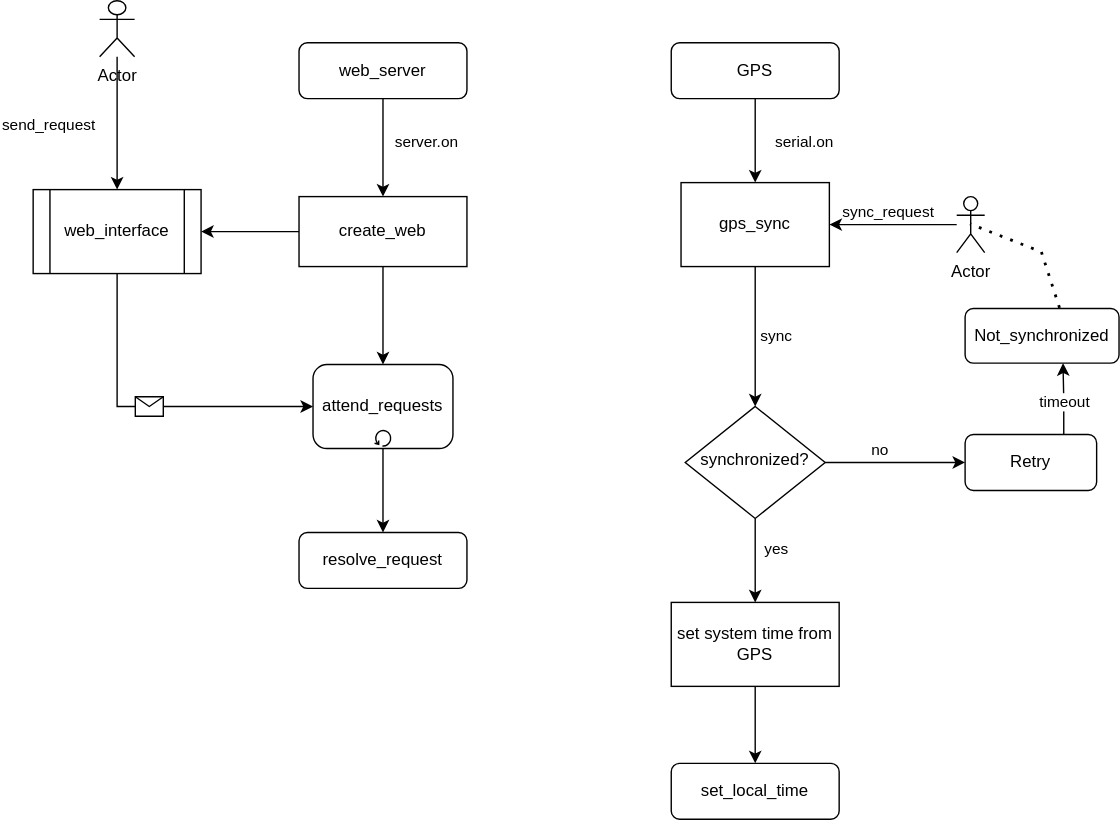
Before: documentation/DFD_FSM/we_gps_DOF.svg, a diagram exported from draw.io (isi-ies-group/Window_Control). Source tidied: cells renumbered, new cells last; positions are measured from the earlier drawing's top-left corner, leaving out a move shared by most shapes. Its diagram source:
```xml
<mxGraphModel>
  <root>
    <mxCell id="0" />
    <mxCell id="1" parent="0" />
    <mxCell id="2" style="edgeStyle=orthogonalEdgeStyle;rounded=0;jettySize=auto;html=1;exitX=0.5;exitY=1;exitDx=0;exitDy=0;entryX=0.5;entryY=0;entryDx=0;entryDy=0;" parent="1" edge="1" source="4" target="29">
      <mxGeometry relative="1" as="geometry" />
    </mxCell>
    <mxCell id="3" value="server.on" style="edgeLabel;html=1;align=center;verticalAlign=middle;" parent="2" vertex="1">
      <mxGeometry x="-0.4" y="3" relative="1" as="geometry">
        <mxPoint x="27" y="9" as="offset" />
      </mxGeometry>
    </mxCell>
    <mxCell id="4" value="web_server" style="rounded=1;whiteSpace=wrap;html=1;fontSize=12;glass=0;strokeWidth=1;shadow=0;" parent="1" vertex="1">
      <mxGeometry x="190" y="30" width="120" height="40" as="geometry" />
    </mxCell>
    <mxCell id="5" style="edgeStyle=orthogonalEdgeStyle;rounded=0;jettySize=auto;html=1;exitX=0.5;exitY=1;exitDx=0;exitDy=0;exitPerimeter=0;" parent="1" edge="1" source="36" target="6">
      <mxGeometry relative="1" as="geometry" />
    </mxCell>
    <mxCell id="6" value="resolve_request" style="rounded=1;whiteSpace=wrap;html=1;fontSize=12;glass=0;strokeWidth=1;shadow=0;" parent="1" vertex="1">
      <mxGeometry x="190" y="380" width="120" height="40" as="geometry" />
    </mxCell>
    <mxCell id="7" style="edgeStyle=orthogonalEdgeStyle;rounded=0;jettySize=auto;html=1;entryX=0.5;entryY=0;entryDx=0;entryDy=0;" parent="1" edge="1" source="9" target="37">
      <mxGeometry relative="1" as="geometry" />
    </mxCell>
    <mxCell id="8" value="serial.on" style="edgeLabel;html=1;align=center;verticalAlign=middle;" parent="7" vertex="1">
      <mxGeometry x="-0.4" y="-3" relative="1" as="geometry">
        <mxPoint x="37" y="12" as="offset" />
      </mxGeometry>
    </mxCell>
    <mxCell id="9" value="GPS" style="rounded=1;whiteSpace=wrap;html=1;fontSize=12;glass=0;strokeWidth=1;shadow=0;" parent="1" vertex="1">
      <mxGeometry x="456" y="30" width="120" height="40" as="geometry" />
    </mxCell>
    <mxCell id="10" style="edgeStyle=orthogonalEdgeStyle;rounded=0;jettySize=auto;html=1;exitX=1;exitY=0.5;exitDx=0;exitDy=0;entryX=0;entryY=0.5;entryDx=0;entryDy=0;" parent="1" edge="1" source="14" target="17">
      <mxGeometry relative="1" as="geometry" />
    </mxCell>
    <mxCell id="11" value="no" style="edgeLabel;html=1;align=center;verticalAlign=middle;" parent="10" vertex="1">
      <mxGeometry x="-0.24" y="2" relative="1" as="geometry">
        <mxPoint y="-8" as="offset" />
      </mxGeometry>
    </mxCell>
    <mxCell id="12" style="edgeStyle=orthogonalEdgeStyle;rounded=0;jettySize=auto;html=1;" parent="1" edge="1" source="14">
      <mxGeometry relative="1" as="geometry">
        <mxPoint x="516" y="430" as="targetPoint" />
      </mxGeometry>
    </mxCell>
    <mxCell id="13" value="yes" style="edgeLabel;html=1;align=center;verticalAlign=middle;" parent="12" vertex="1">
      <mxGeometry x="-0.3" y="-3" relative="1" as="geometry">
        <mxPoint x="17" as="offset" />
      </mxGeometry>
    </mxCell>
    <mxCell id="14" value="synchronized?" style="rhombus;whiteSpace=wrap;html=1;shadow=0;fontFamily=Helvetica;fontSize=12;align=center;strokeWidth=1;spacing=6;spacingTop=-4;" parent="1" vertex="1">
      <mxGeometry x="466" y="290" width="100" height="80" as="geometry" />
    </mxCell>
    <mxCell id="15" style="edgeStyle=orthogonalEdgeStyle;rounded=0;jettySize=auto;html=1;exitX=0.5;exitY=1;exitDx=0;exitDy=0;" parent="1" edge="1" source="38" target="16">
      <mxGeometry relative="1" as="geometry" />
    </mxCell>
    <mxCell id="16" value="set_local_time" style="rounded=1;whiteSpace=wrap;html=1;fontSize=12;glass=0;strokeWidth=1;shadow=0;" parent="1" vertex="1">
      <mxGeometry x="456" y="545" width="120" height="40" as="geometry" />
    </mxCell>
    <mxCell id="17" value="Retry" style="rounded=1;whiteSpace=wrap;html=1;" parent="1" vertex="1">
      <mxGeometry x="666" y="310" width="94" height="40" as="geometry" />
    </mxCell>
    <mxCell id="18" value="Not_synchronized" style="rounded=1;whiteSpace=wrap;html=1;" parent="1" vertex="1">
      <mxGeometry x="666" y="220" width="110" height="39" as="geometry" />
    </mxCell>
    <mxCell id="19" value="sync" style="edgeLabel;html=1;align=center;verticalAlign=middle;" parent="1" vertex="1">
      <mxGeometry x="530" y="239.5" as="geometry" />
    </mxCell>
    <mxCell id="20" style="edgeStyle=orthogonalEdgeStyle;rounded=0;jettySize=auto;html=1;exitX=0.5;exitY=1;exitDx=0;exitDy=0;" parent="1" edge="1" source="37" target="14">
      <mxGeometry relative="1" as="geometry" />
    </mxCell>
    <mxCell id="21" value="sync_request" style="edgeLabel;html=1;align=center;verticalAlign=middle;" parent="1" vertex="1">
      <mxGeometry x="610" y="150" as="geometry" />
    </mxCell>
    <mxCell id="22" style="edgeStyle=orthogonalEdgeStyle;rounded=0;jettySize=auto;html=1;entryX=1;entryY=0.5;entryDx=0;entryDy=0;" parent="1" edge="1" source="23" target="37">
      <mxGeometry relative="1" as="geometry" />
    </mxCell>
    <mxCell id="23" value="Actor" style="shape=umlActor;verticalLabelPosition=bottom;verticalAlign=top;html=1;outlineConnect=0;" parent="1" vertex="1">
      <mxGeometry x="660" y="140" width="20" height="40" as="geometry" />
    </mxCell>
    <mxCell id="24" style="edgeStyle=orthogonalEdgeStyle;rounded=0;jettySize=auto;html=1;exitX=0.75;exitY=0;exitDx=0;exitDy=0;entryX=0.636;entryY=1;entryDx=0;entryDy=0;entryPerimeter=0;" parent="1" edge="1" source="17" target="18">
      <mxGeometry relative="1" as="geometry" />
    </mxCell>
    <mxCell id="25" value="timeout" style="edgeLabel;html=1;align=center;verticalAlign=middle;" parent="24" vertex="1">
      <mxGeometry x="-0.07" y="1" relative="1" as="geometry">
        <mxPoint x="1" as="offset" />
      </mxGeometry>
    </mxCell>
    <mxCell id="26" style="endArrow=none;dashed=1;html=1;dashPattern=1 3;strokeWidth=2;rounded=0;exitX=0.618;exitY=0;exitDx=0;exitDy=0;entryX=0.5;entryY=0.5;entryDx=0;entryDy=0;entryPerimeter=0;exitPerimeter=0;" parent="1" edge="1" source="18" target="23">
      <mxGeometry relative="1" as="geometry">
        <Array as="points">
          <mxPoint x="721" y="180" />
        </Array>
      </mxGeometry>
    </mxCell>
    <mxCell id="27" style="edgeStyle=orthogonalEdgeStyle;rounded=0;jettySize=auto;html=1;exitX=0.5;exitY=1;exitDx=0;exitDy=0;entryX=0.5;entryY=0;entryDx=0;entryDy=0;entryPerimeter=0;" parent="1" edge="1" source="29" target="36">
      <mxGeometry relative="1" as="geometry" />
    </mxCell>
    <mxCell id="28" style="edgeStyle=orthogonalEdgeStyle;rounded=0;jettySize=auto;html=1;" parent="1" edge="1" source="29" target="30">
      <mxGeometry relative="1" as="geometry" />
    </mxCell>
    <mxCell id="29" value="create_web" style="rounded=0;whiteSpace=wrap;html=1;" parent="1" vertex="1">
      <mxGeometry x="190" y="140" width="120" height="50" as="geometry" />
    </mxCell>
    <mxCell id="30" value="web_interface" style="shape=process;whiteSpace=wrap;html=1;backgroundOutline=1;" parent="1" vertex="1">
      <mxGeometry y="135" width="120" height="60" as="geometry" />
    </mxCell>
    <mxCell id="31" style="edgeStyle=orthogonalEdgeStyle;rounded=0;jettySize=auto;html=1;" parent="1" edge="1" source="33" target="30">
      <mxGeometry relative="1" as="geometry" />
    </mxCell>
    <mxCell id="32" value="send_request" style="edgeLabel;html=1;align=center;verticalAlign=middle;" parent="31" vertex="1">
      <mxGeometry x="0.01" relative="1" as="geometry">
        <mxPoint x="-50" as="offset" />
      </mxGeometry>
    </mxCell>
    <mxCell id="33" value="Actor" style="shape=umlActor;verticalLabelPosition=bottom;verticalAlign=top;html=1;outlineConnect=0;" parent="1" vertex="1">
      <mxGeometry x="47.5" width="25" height="40" as="geometry" />
    </mxCell>
    <mxCell id="34" style="endArrow=classic;html=1;rounded=0;entryX=0;entryY=0.5;entryDx=0;entryDy=0;exitX=0.5;exitY=1;exitDx=0;exitDy=0;entryPerimeter=0;" parent="1" edge="1" source="30" target="36">
      <mxGeometry relative="1" as="geometry">
        <Array as="points">
          <mxPoint x="60" y="290" />
        </Array>
      </mxGeometry>
    </mxCell>
    <mxCell id="35" style="shape=message;html=1;" parent="34" vertex="1">
      <mxGeometry width="20" height="14" relative="1" as="geometry">
        <mxPoint x="-10" y="-7" as="offset" />
      </mxGeometry>
    </mxCell>
    <mxCell id="36" value="attend_requests" style="points=[[0.25,0,0],[0.5,0,0],[0.75,0,0],[1,0.25,0],[1,0.5,0],[1,0.75,0],[0.75,1,0],[0.5,1,0],[0.25,1,0],[0,0.75,0],[0,0.5,0],[0,0.25,0]];shape=mxgraph.bpmn.task2;whiteSpace=wrap;rectStyle=rounded;size=10;html=1;taskMarker=abstract;isLoopStandard=1;" parent="1" vertex="1">
      <mxGeometry x="200" y="260" width="100" height="60" as="geometry" />
    </mxCell>
    <mxCell id="37" value="gps_sync" style="rounded=0;whiteSpace=wrap;html=1;" parent="1" vertex="1">
      <mxGeometry x="463" y="130" width="106" height="60" as="geometry" />
    </mxCell>
    <mxCell id="38" value="set system time from GPS" style="rounded=0;whiteSpace=wrap;html=1;" parent="1" vertex="1">
      <mxGeometry x="456" y="430" width="120" height="60" as="geometry" />
    </mxCell>
  </root>
</mxGraphModel>
```
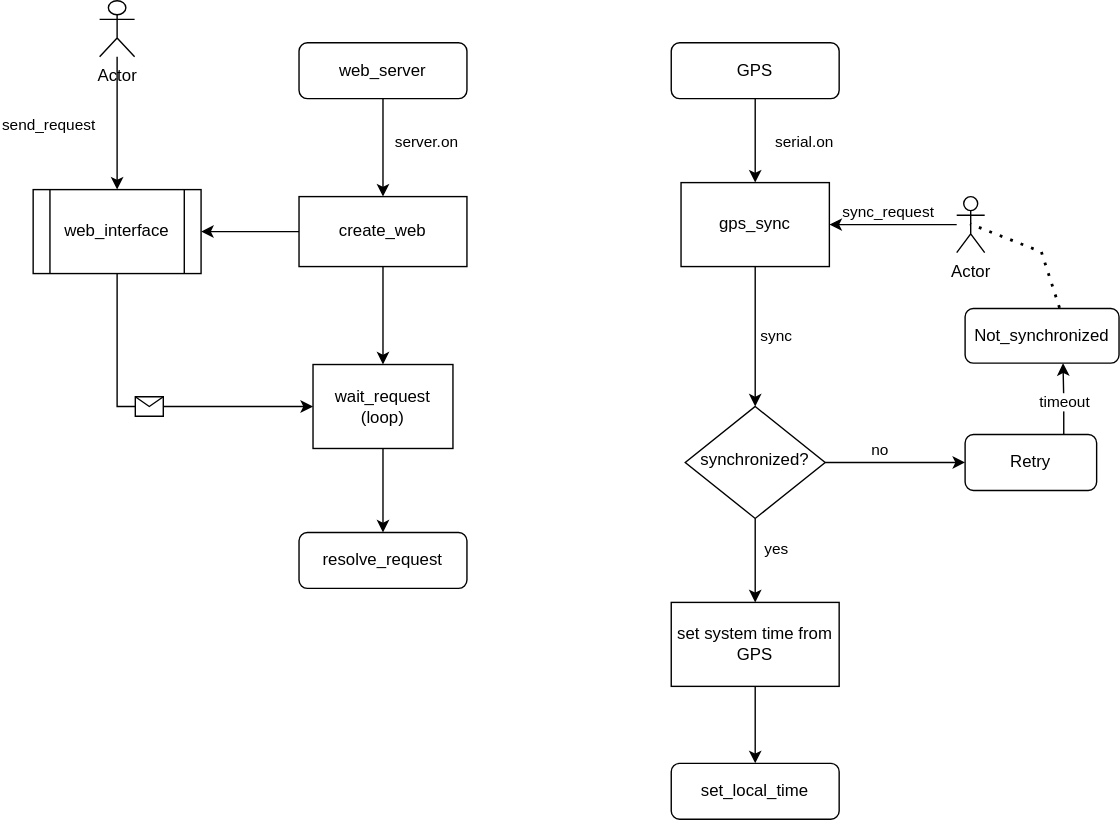
The same diagram one commit later.

What changed in the source:
```diff
@@ -13,8 +13,10 @@
     <mxCell id="4" value="web_server" style="rounded=1;whiteSpace=wrap;html=1;fontSize=12;glass=0;strokeWidth=1;shadow=0;" parent="1" vertex="1">
       <mxGeometry x="190" y="30" width="120" height="40" as="geometry" />
     </mxCell>
-    <mxCell id="5" style="edgeStyle=orthogonalEdgeStyle;rounded=0;jettySize=auto;html=1;exitX=0.5;exitY=1;exitDx=0;exitDy=0;exitPerimeter=0;" parent="1" edge="1" source="36" target="6">
-      <mxGeometry relative="1" as="geometry" />
+    <mxCell id="5" style="edgeStyle=orthogonalEdgeStyle;rounded=0;jettySize=auto;html=1;exitX=0.5;exitY=1;exitDx=0;exitDy=0;exitPerimeter=0;" parent="1" edge="1" target="6">
+      <mxGeometry relative="1" as="geometry">
+        <mxPoint x="250" y="320" as="sourcePoint" />
+      </mxGeometry>
     </mxCell>
     <mxCell id="6" value="resolve_request" style="rounded=1;whiteSpace=wrap;html=1;fontSize=12;glass=0;strokeWidth=1;shadow=0;" parent="1" vertex="1">
       <mxGeometry x="190" y="380" width="120" height="40" as="geometry" />
@@ -93,8 +95,10 @@
         </Array>
       </mxGeometry>
     </mxCell>
-    <mxCell id="27" style="edgeStyle=orthogonalEdgeStyle;rounded=0;jettySize=auto;html=1;exitX=0.5;exitY=1;exitDx=0;exitDy=0;entryX=0.5;entryY=0;entryDx=0;entryDy=0;entryPerimeter=0;" parent="1" edge="1" source="29" target="36">
-      <mxGeometry relative="1" as="geometry" />
+    <mxCell id="27" style="edgeStyle=orthogonalEdgeStyle;rounded=0;jettySize=auto;html=1;exitX=0.5;exitY=1;exitDx=0;exitDy=0;entryX=0.5;entryY=0;entryDx=0;entryDy=0;entryPerimeter=0;" parent="1" edge="1" source="29">
+      <mxGeometry relative="1" as="geometry">
+        <mxPoint x="250" y="260" as="targetPoint" />
+      </mxGeometry>
     </mxCell>
     <mxCell id="28" style="edgeStyle=orthogonalEdgeStyle;rounded=0;jettySize=auto;html=1;" parent="1" edge="1" source="29" target="30">
       <mxGeometry relative="1" as="geometry" />
@@ -116,8 +120,9 @@
     <mxCell id="33" value="Actor" style="shape=umlActor;verticalLabelPosition=bottom;verticalAlign=top;html=1;outlineConnect=0;" parent="1" vertex="1">
       <mxGeometry x="47.5" width="25" height="40" as="geometry" />
     </mxCell>
-    <mxCell id="34" style="endArrow=classic;html=1;rounded=0;entryX=0;entryY=0.5;entryDx=0;entryDy=0;exitX=0.5;exitY=1;exitDx=0;exitDy=0;entryPerimeter=0;" parent="1" edge="1" source="30" target="36">
+    <mxCell id="34" style="endArrow=classic;html=1;rounded=0;entryX=0;entryY=0.5;entryDx=0;entryDy=0;exitX=0.5;exitY=1;exitDx=0;exitDy=0;entryPerimeter=0;" parent="1" edge="1" source="30">
       <mxGeometry relative="1" as="geometry">
+        <mxPoint x="200" y="290" as="targetPoint" />
         <Array as="points">
           <mxPoint x="60" y="290" />
         </Array>
@@ -128,14 +133,14 @@
         <mxPoint x="-10" y="-7" as="offset" />
       </mxGeometry>
     </mxCell>
-    <mxCell id="36" value="attend_requests" style="points=[[0.25,0,0],[0.5,0,0],[0.75,0,0],[1,0.25,0],[1,0.5,0],[1,0.75,0],[0.75,1,0],[0.5,1,0],[0.25,1,0],[0,0.75,0],[0,0.5,0],[0,0.25,0]];shape=mxgraph.bpmn.task2;whiteSpace=wrap;rectStyle=rounded;size=10;html=1;taskMarker=abstract;isLoopStandard=1;" parent="1" vertex="1">
-      <mxGeometry x="200" y="260" width="100" height="60" as="geometry" />
-    </mxCell>
     <mxCell id="37" value="gps_sync" style="rounded=0;whiteSpace=wrap;html=1;" parent="1" vertex="1">
       <mxGeometry x="463" y="130" width="106" height="60" as="geometry" />
     </mxCell>
     <mxCell id="38" value="set system time from GPS" style="rounded=0;whiteSpace=wrap;html=1;" parent="1" vertex="1">
       <mxGeometry x="456" y="430" width="120" height="60" as="geometry" />
     </mxCell>
+    <mxCell id="39" value="&lt;div&gt;wait_request&lt;/div&gt;&lt;div&gt;(loop)&lt;/div&gt;" style="rounded=0;whiteSpace=wrap;html=1;" parent="1" vertex="1">
+      <mxGeometry x="200" y="260" width="100" height="60" as="geometry" />
+    </mxCell>
   </root>
 </mxGraphModel>
```
